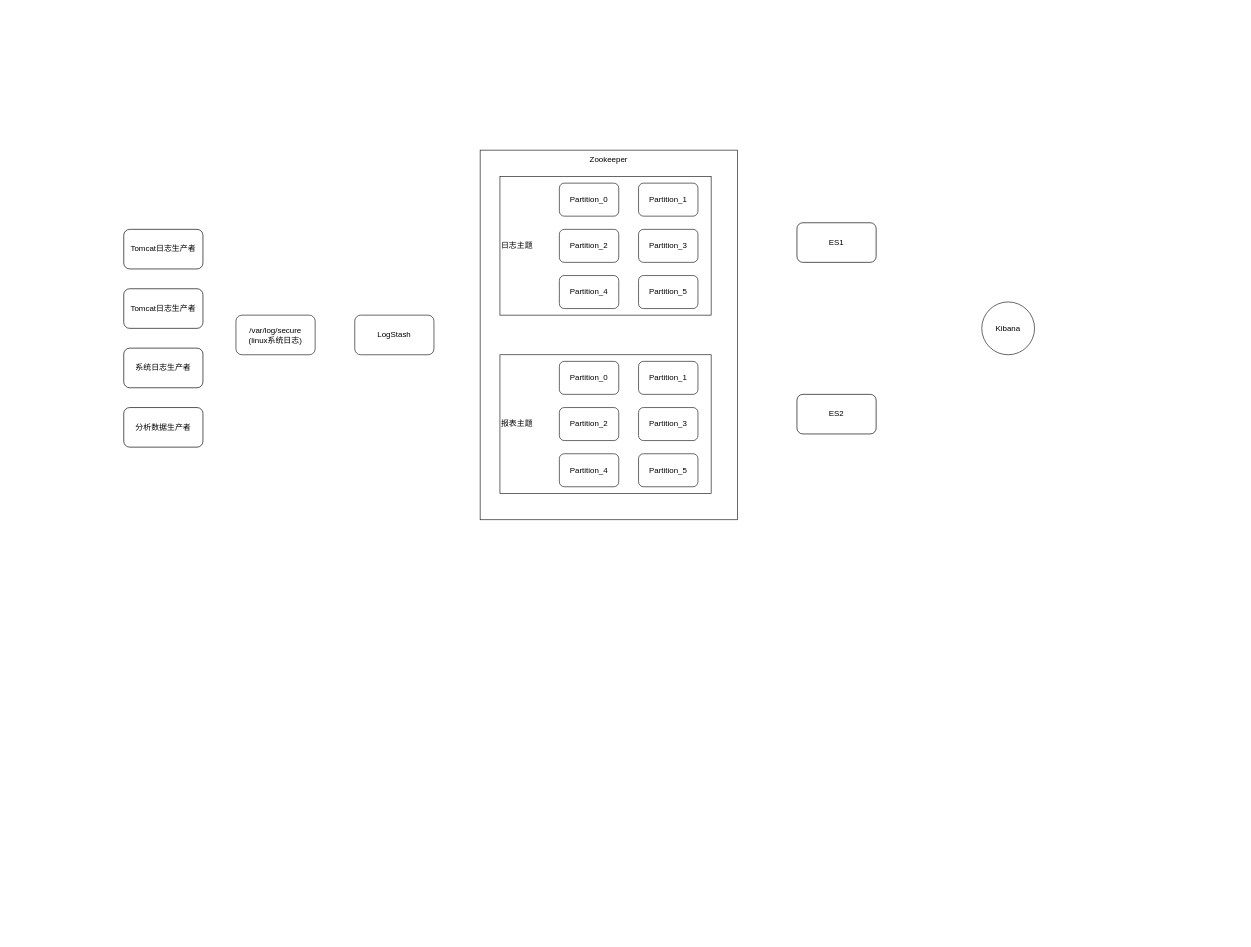
This is space/Kafka ELK.drawio from lewinlee/draw.io, a draw.io file, before an edit. Source tidied: cells renumbered, new cells numbered last; positions are measured from the earlier drawing's top-left corner, leaving out a move shared by most shapes. Both pictures are drawn from the tidied source at 66%, with x=0, y=0 at pixel (123, 150).
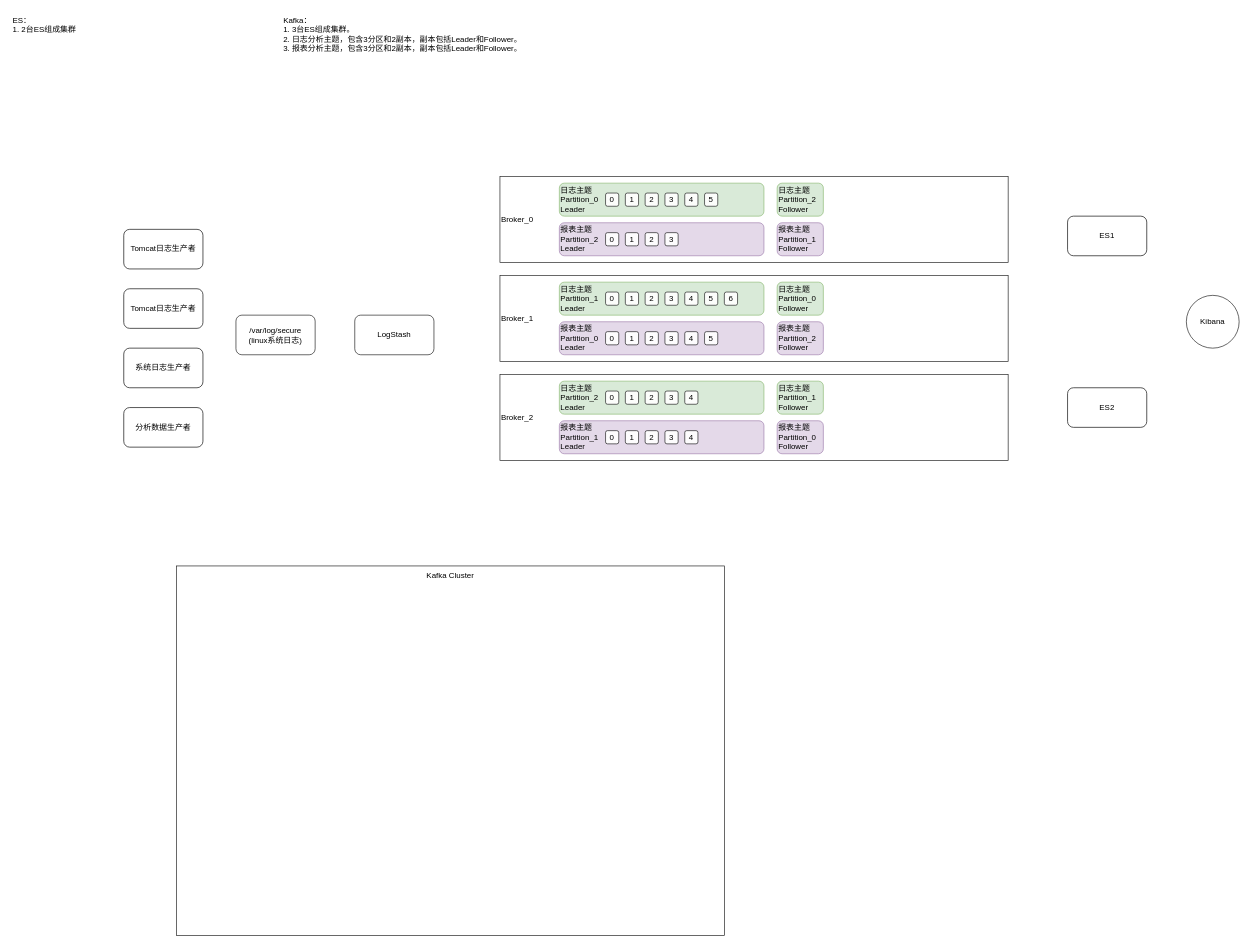
After the change.

What changed in the source:
```diff
@@
-    <mxCell id="2" value="Zookeeper" style="rounded=0;whiteSpace=wrap;html=1;opacity=90;align=center;verticalAlign=top;" parent="1" vertex="1">
-      <mxGeometry x="540" width="390" height="560" as="geometry" />
+    <mxCell id="2" value="Kafka Cluster" style="rounded=0;whiteSpace=wrap;html=1;opacity=90;align=center;verticalAlign=top;" parent="1" vertex="1">
+      <mxGeometry x="80" y="630" width="830" height="560" as="geometry" />
     </mxCell>
@@
-    <mxCell id="4" value="日志主题" style="rounded=0;whiteSpace=wrap;html=1;opacity=90;align=left;" parent="1" vertex="1">
-      <mxGeometry x="570" y="40" width="320" height="210" as="geometry" />
+    <mxCell id="4" value="Broker_0" style="rounded=0;whiteSpace=wrap;html=1;opacity=90;align=left;" parent="1" vertex="1">
+      <mxGeometry x="570" y="40" width="770" height="130" as="geometry" />
     </mxCell>
-    <mxCell id="5" value="Partition_0" style="rounded=1;whiteSpace=wrap;html=1;opacity=90;" parent="1" vertex="1">
-      <mxGeometry x="660" y="50" width="90" height="50" as="geometry" />
+    <mxCell id="5" value="日志主题&lt;br&gt;Partition_0&lt;br&gt;Leader" style="rounded=1;whiteSpace=wrap;html=1;opacity=90;align=left;fillColor=#d5e8d4;strokeColor=#82b366;" parent="1" vertex="1">
+      <mxGeometry x="660" y="50" width="310" height="50" as="geometry" />
     </mxCell>
-    <mxCell id="6" value="Partition_1" style="rounded=1;whiteSpace=wrap;html=1;opacity=90;" parent="1" vertex="1">
-      <mxGeometry x="780" y="50" width="90" height="50" as="geometry" />
-    </mxCell>
     <mxCell id="7" value="ES1" style="rounded=1;whiteSpace=wrap;html=1;" parent="1" vertex="1">
-      <mxGeometry x="1020" y="110" width="120" height="60" as="geometry" />
+      <mxGeometry x="1430" y="100" width="120" height="60" as="geometry" />
     </mxCell>
     <mxCell id="8" value="ES2" style="rounded=1;whiteSpace=wrap;html=1;" parent="1" vertex="1">
-      <mxGeometry x="1020" y="370" width="120" height="60" as="geometry" />
+      <mxGeometry x="1430" y="360" width="120" height="60" as="geometry" />
     </mxCell>
@@
-    <mxCell id="14" value="Partition_2" style="rounded=1;whiteSpace=wrap;html=1;opacity=90;" parent="1" vertex="1">
-      <mxGeometry x="660" y="120" width="90" height="50" as="geometry" />
-    </mxCell>
-    <mxCell id="15" value="Partition_3" style="rounded=1;whiteSpace=wrap;html=1;opacity=90;" parent="1" vertex="1">
-      <mxGeometry x="780" y="120" width="90" height="50" as="geometry" />
-    </mxCell>
-    <mxCell id="16" value="Partition_4" style="rounded=1;whiteSpace=wrap;html=1;opacity=90;" parent="1" vertex="1">
-      <mxGeometry x="660" y="190" width="90" height="50" as="geometry" />
-    </mxCell>
-    <mxCell id="17" value="Partition_5" style="rounded=1;whiteSpace=wrap;html=1;opacity=90;" parent="1" vertex="1">
-      <mxGeometry x="780" y="190" width="90" height="50" as="geometry" />
-    </mxCell>
-    <mxCell id="18" value="报表主题" style="rounded=0;whiteSpace=wrap;html=1;opacity=90;align=left;" parent="1" vertex="1">
-      <mxGeometry x="570" y="310" width="320" height="210" as="geometry" />
-    </mxCell>
-    <mxCell id="19" value="Partition_0" style="rounded=1;whiteSpace=wrap;html=1;opacity=90;" parent="1" vertex="1">
-      <mxGeometry x="660" y="320" width="90" height="50" as="geometry" />
-    </mxCell>
-    <mxCell id="20" value="Partition_1" style="rounded=1;whiteSpace=wrap;html=1;opacity=90;" parent="1" vertex="1">
-      <mxGeometry x="780" y="320" width="90" height="50" as="geometry" />
-    </mxCell>
-    <mxCell id="21" value="Partition_2" style="rounded=1;whiteSpace=wrap;html=1;opacity=90;" parent="1" vertex="1">
-      <mxGeometry x="660" y="390" width="90" height="50" as="geometry" />
-    </mxCell>
-    <mxCell id="22" value="Partition_3" style="rounded=1;whiteSpace=wrap;html=1;opacity=90;" parent="1" vertex="1">
-      <mxGeometry x="780" y="390" width="90" height="50" as="geometry" />
-    </mxCell>
-    <mxCell id="23" value="Partition_4" style="rounded=1;whiteSpace=wrap;html=1;opacity=90;" parent="1" vertex="1">
-      <mxGeometry x="660" y="460" width="90" height="50" as="geometry" />
-    </mxCell>
-    <mxCell id="24" value="Partition_5" style="rounded=1;whiteSpace=wrap;html=1;opacity=90;" parent="1" vertex="1">
-      <mxGeometry x="780" y="460" width="90" height="50" as="geometry" />
-    </mxCell>
     <mxCell id="25" value="Kibana" style="ellipse;whiteSpace=wrap;html=1;opacity=90;align=center;" parent="1" vertex="1">
-      <mxGeometry x="1300" y="230" width="80" height="80" as="geometry" />
+      <mxGeometry x="1610" y="220" width="80" height="80" as="geometry" />
     </mxCell>
+    <mxCell id="26" value="ES：&lt;br&gt;1. 2台ES组成集群" style="text;html=1;strokeColor=none;fillColor=none;align=left;verticalAlign=top;whiteSpace=wrap;rounded=0;opacity=90;" parent="1" vertex="1">
+      <mxGeometry x="-170" y="-210" width="380" height="200" as="geometry" />
+    </mxCell>
+    <mxCell id="27" value="Kafka：&lt;br&gt;1. 3台ES组成集群。&lt;br&gt;2. 日志分析主题，包含3分区和2副本，副本包括Leader和Follower。&lt;br&gt;3. 报表分析主题，包含3分区和2副本，副本包括Leader和Follower。&lt;br&gt;" style="text;html=1;strokeColor=none;fillColor=none;align=left;verticalAlign=top;whiteSpace=wrap;rounded=0;opacity=90;" parent="1" vertex="1">
+      <mxGeometry x="240" y="-210" width="380" height="200" as="geometry" />
+    </mxCell>
+    <mxCell id="28" value="0" style="rounded=1;whiteSpace=wrap;html=1;opacity=90;align=center;" parent="1" vertex="1">
+      <mxGeometry x="730" y="65" width="20" height="20" as="geometry" />
+    </mxCell>
+    <mxCell id="29" value="1" style="rounded=1;whiteSpace=wrap;html=1;opacity=90;align=center;" parent="1" vertex="1">
+      <mxGeometry x="760" y="65" width="20" height="20" as="geometry" />
+    </mxCell>
+    <mxCell id="30" value="2" style="rounded=1;whiteSpace=wrap;html=1;opacity=90;align=center;" parent="1" vertex="1">
+      <mxGeometry x="790" y="65" width="20" height="20" as="geometry" />
+    </mxCell>
+    <mxCell id="31" value="3" style="rounded=1;whiteSpace=wrap;html=1;opacity=90;align=center;" parent="1" vertex="1">
+      <mxGeometry x="820" y="65" width="20" height="20" as="geometry" />
+    </mxCell>
+    <mxCell id="32" value="4" style="rounded=1;whiteSpace=wrap;html=1;opacity=90;align=center;" parent="1" vertex="1">
+      <mxGeometry x="850" y="65" width="20" height="20" as="geometry" />
+    </mxCell>
+    <mxCell id="33" value="5" style="rounded=1;whiteSpace=wrap;html=1;opacity=90;align=center;" parent="1" vertex="1">
+      <mxGeometry x="880" y="65" width="20" height="20" as="geometry" />
+    </mxCell>
+    <mxCell id="34" value="日志主题&lt;br&gt;Partition_2&lt;br&gt;Follower" style="rounded=1;whiteSpace=wrap;html=1;opacity=90;align=left;fillColor=#d5e8d4;strokeColor=#82b366;" parent="1" vertex="1">
+      <mxGeometry x="990" y="50" width="70" height="50" as="geometry" />
+    </mxCell>
+    <mxCell id="35" value="Broker_1" style="rounded=0;whiteSpace=wrap;html=1;opacity=90;align=left;" parent="1" vertex="1">
+      <mxGeometry x="570" y="190" width="770" height="130" as="geometry" />
+    </mxCell>
+    <mxCell id="36" value="日志主题&lt;br&gt;Partition_1&lt;br&gt;Leader" style="rounded=1;whiteSpace=wrap;html=1;opacity=90;align=left;fillColor=#d5e8d4;strokeColor=#82b366;" parent="1" vertex="1">
+      <mxGeometry x="660" y="200" width="310" height="50" as="geometry" />
+    </mxCell>
+    <mxCell id="37" value="0" style="rounded=1;whiteSpace=wrap;html=1;opacity=90;align=center;" parent="1" vertex="1">
+      <mxGeometry x="730" y="215" width="20" height="20" as="geometry" />
+    </mxCell>
+    <mxCell id="38" value="1" style="rounded=1;whiteSpace=wrap;html=1;opacity=90;align=center;" parent="1" vertex="1">
+      <mxGeometry x="760" y="215" width="20" height="20" as="geometry" />
+    </mxCell>
+    <mxCell id="39" value="2" style="rounded=1;whiteSpace=wrap;html=1;opacity=90;align=center;" parent="1" vertex="1">
+      <mxGeometry x="790" y="215" width="20" height="20" as="geometry" />
+    </mxCell>
+    <mxCell id="40" value="3" style="rounded=1;whiteSpace=wrap;html=1;opacity=90;align=center;" parent="1" vertex="1">
+      <mxGeometry x="820" y="215" width="20" height="20" as="geometry" />
+    </mxCell>
+    <mxCell id="41" value="4" style="rounded=1;whiteSpace=wrap;html=1;opacity=90;align=center;" parent="1" vertex="1">
+      <mxGeometry x="850" y="215" width="20" height="20" as="geometry" />
+    </mxCell>
+    <mxCell id="42" value="5" style="rounded=1;whiteSpace=wrap;html=1;opacity=90;align=center;" parent="1" vertex="1">
+      <mxGeometry x="880" y="215" width="20" height="20" as="geometry" />
+    </mxCell>
+    <mxCell id="43" value="日志主题&lt;br&gt;Partition_0&lt;br&gt;Follower" style="rounded=1;whiteSpace=wrap;html=1;opacity=90;align=left;fillColor=#d5e8d4;strokeColor=#82b366;" parent="1" vertex="1">
+      <mxGeometry x="990" y="200" width="70" height="50" as="geometry" />
+    </mxCell>
+    <mxCell id="44" value="Broker_2" style="rounded=0;whiteSpace=wrap;html=1;opacity=90;align=left;" parent="1" vertex="1">
+      <mxGeometry x="570" y="340" width="770" height="130" as="geometry" />
+    </mxCell>
+    <mxCell id="45" value="日志主题&lt;br&gt;Partition_2&lt;br&gt;Leader" style="rounded=1;whiteSpace=wrap;html=1;opacity=90;align=left;fillColor=#d5e8d4;strokeColor=#82b366;" parent="1" vertex="1">
+      <mxGeometry x="660" y="350" width="310" height="50" as="geometry" />
+    </mxCell>
+    <mxCell id="46" value="0" style="rounded=1;whiteSpace=wrap;html=1;opacity=90;align=center;" parent="1" vertex="1">
+      <mxGeometry x="730" y="365" width="20" height="20" as="geometry" />
+    </mxCell>
+    <mxCell id="47" value="1" style="rounded=1;whiteSpace=wrap;html=1;opacity=90;align=center;" parent="1" vertex="1">
+      <mxGeometry x="760" y="365" width="20" height="20" as="geometry" />
+    </mxCell>
+    <mxCell id="48" value="2" style="rounded=1;whiteSpace=wrap;html=1;opacity=90;align=center;" parent="1" vertex="1">
+      <mxGeometry x="790" y="365" width="20" height="20" as="geometry" />
+    </mxCell>
+    <mxCell id="49" value="3" style="rounded=1;whiteSpace=wrap;html=1;opacity=90;align=center;" parent="1" vertex="1">
+      <mxGeometry x="820" y="365" width="20" height="20" as="geometry" />
+    </mxCell>
+    <mxCell id="50" value="4" style="rounded=1;whiteSpace=wrap;html=1;opacity=90;align=center;" parent="1" vertex="1">
+      <mxGeometry x="850" y="365" width="20" height="20" as="geometry" />
+    </mxCell>
+    <mxCell id="51" value="日志主题&lt;br&gt;Partition_1&lt;br&gt;Follower" style="rounded=1;whiteSpace=wrap;html=1;opacity=90;align=left;fillColor=#d5e8d4;strokeColor=#82b366;" parent="1" vertex="1">
+      <mxGeometry x="990" y="350" width="70" height="50" as="geometry" />
+    </mxCell>
+    <mxCell id="52" value="6" style="rounded=1;whiteSpace=wrap;html=1;opacity=90;align=center;" parent="1" vertex="1">
+      <mxGeometry x="910" y="215" width="20" height="20" as="geometry" />
+    </mxCell>
+    <mxCell id="53" value="报表主题&lt;br&gt;Partition_2&lt;br&gt;Leader" style="rounded=1;whiteSpace=wrap;html=1;opacity=90;align=left;fillColor=#e1d5e7;strokeColor=#9673a6;" parent="1" vertex="1">
+      <mxGeometry x="660" y="110" width="310" height="50" as="geometry" />
+    </mxCell>
+    <mxCell id="54" value="0" style="rounded=1;whiteSpace=wrap;html=1;opacity=90;align=center;" parent="1" vertex="1">
+      <mxGeometry x="730" y="125" width="20" height="20" as="geometry" />
+    </mxCell>
+    <mxCell id="55" value="1" style="rounded=1;whiteSpace=wrap;html=1;opacity=90;align=center;" parent="1" vertex="1">
+      <mxGeometry x="760" y="125" width="20" height="20" as="geometry" />
+    </mxCell>
+    <mxCell id="56" value="2" style="rounded=1;whiteSpace=wrap;html=1;opacity=90;align=center;" parent="1" vertex="1">
+      <mxGeometry x="790" y="125" width="20" height="20" as="geometry" />
+    </mxCell>
+    <mxCell id="57" value="3" style="rounded=1;whiteSpace=wrap;html=1;opacity=90;align=center;" parent="1" vertex="1">
+      <mxGeometry x="820" y="125" width="20" height="20" as="geometry" />
+    </mxCell>
+    <mxCell id="58" value="报表主题&lt;br&gt;Partition_0&lt;br&gt;Leader" style="rounded=1;whiteSpace=wrap;html=1;opacity=90;align=left;fillColor=#e1d5e7;strokeColor=#9673a6;" parent="1" vertex="1">
+      <mxGeometry x="660" y="260" width="310" height="50" as="geometry" />
+    </mxCell>
+    <mxCell id="59" value="0" style="rounded=1;whiteSpace=wrap;html=1;opacity=90;align=center;" parent="1" vertex="1">
+      <mxGeometry x="730" y="275" width="20" height="20" as="geometry" />
+    </mxCell>
+    <mxCell id="60" value="1" style="rounded=1;whiteSpace=wrap;html=1;opacity=90;align=center;" parent="1" vertex="1">
+      <mxGeometry x="760" y="275" width="20" height="20" as="geometry" />
+    </mxCell>
+    <mxCell id="61" value="2" style="rounded=1;whiteSpace=wrap;html=1;opacity=90;align=center;" parent="1" vertex="1">
+      <mxGeometry x="790" y="275" width="20" height="20" as="geometry" />
+    </mxCell>
+    <mxCell id="62" value="3" style="rounded=1;whiteSpace=wrap;html=1;opacity=90;align=center;" parent="1" vertex="1">
+      <mxGeometry x="820" y="275" width="20" height="20" as="geometry" />
+    </mxCell>
+    <mxCell id="63" value="4" style="rounded=1;whiteSpace=wrap;html=1;opacity=90;align=center;" parent="1" vertex="1">
+      <mxGeometry x="850" y="275" width="20" height="20" as="geometry" />
+    </mxCell>
+    <mxCell id="64" value="5" style="rounded=1;whiteSpace=wrap;html=1;opacity=90;align=center;" parent="1" vertex="1">
+      <mxGeometry x="880" y="275" width="20" height="20" as="geometry" />
+    </mxCell>
+    <mxCell id="65" value="报表主题&lt;br&gt;Partition_1&lt;br&gt;Leader" style="rounded=1;whiteSpace=wrap;html=1;opacity=90;align=left;fillColor=#e1d5e7;strokeColor=#9673a6;" parent="1" vertex="1">
+      <mxGeometry x="660" y="410" width="310" height="50" as="geometry" />
+    </mxCell>
+    <mxCell id="66" value="0" style="rounded=1;whiteSpace=wrap;html=1;opacity=90;align=center;" parent="1" vertex="1">
+      <mxGeometry x="730" y="425" width="20" height="20" as="geometry" />
+    </mxCell>
+    <mxCell id="67" value="1" style="rounded=1;whiteSpace=wrap;html=1;opacity=90;align=center;" parent="1" vertex="1">
+      <mxGeometry x="760" y="425" width="20" height="20" as="geometry" />
+    </mxCell>
+    <mxCell id="68" value="2" style="rounded=1;whiteSpace=wrap;html=1;opacity=90;align=center;" parent="1" vertex="1">
+      <mxGeometry x="790" y="425" width="20" height="20" as="geometry" />
+    </mxCell>
+    <mxCell id="69" value="3" style="rounded=1;whiteSpace=wrap;html=1;opacity=90;align=center;" parent="1" vertex="1">
+      <mxGeometry x="820" y="425" width="20" height="20" as="geometry" />
+    </mxCell>
+    <mxCell id="70" value="4" style="rounded=1;whiteSpace=wrap;html=1;opacity=90;align=center;" parent="1" vertex="1">
+      <mxGeometry x="850" y="425" width="20" height="20" as="geometry" />
+    </mxCell>
+    <mxCell id="71" value="报表主题&lt;br&gt;Partition_2&lt;br&gt;Follower" style="rounded=1;whiteSpace=wrap;html=1;opacity=90;align=left;fillColor=#e1d5e7;strokeColor=#9673a6;" parent="1" vertex="1">
+      <mxGeometry x="990" y="260" width="70" height="50" as="geometry" />
+    </mxCell>
+    <mxCell id="72" value="报表主题&lt;br&gt;Partition_0&lt;br&gt;Follower" style="rounded=1;whiteSpace=wrap;html=1;opacity=90;align=left;fillColor=#e1d5e7;strokeColor=#9673a6;" parent="1" vertex="1">
+      <mxGeometry x="990" y="410" width="70" height="50" as="geometry" />
+    </mxCell>
+    <mxCell id="73" value="报表主题&lt;br&gt;Partition_1&lt;br&gt;Follower" style="rounded=1;whiteSpace=wrap;html=1;opacity=90;align=left;fillColor=#e1d5e7;strokeColor=#9673a6;" parent="1" vertex="1">
+      <mxGeometry x="990" y="110" width="70" height="50" as="geometry" />
+    </mxCell>
```
